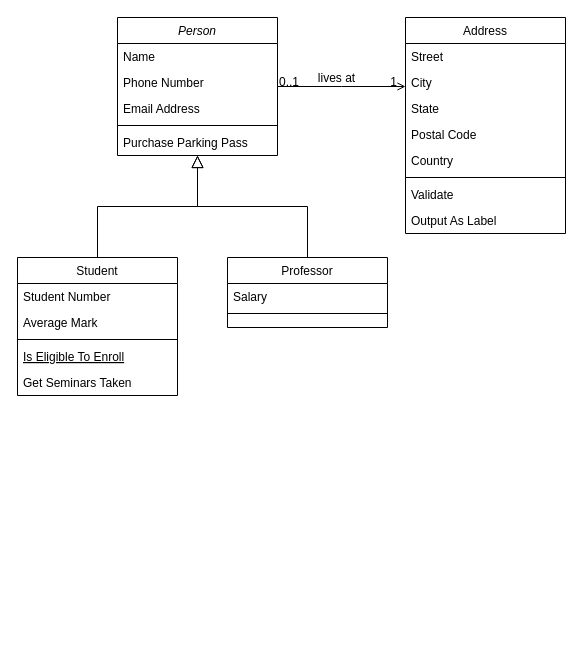
This is Diagrama sem nome.drawio from KalCastro/Game_Deep, a draw.io file, before an edit. Source tidied: cells renumbered, new cells numbered last; positions are measured from the earlier drawing's top-left corner, leaving out a move shared by most shapes. Both pictures are drawn from the tidied source at 100%, with x=0, y=0 at pixel (17, 17).
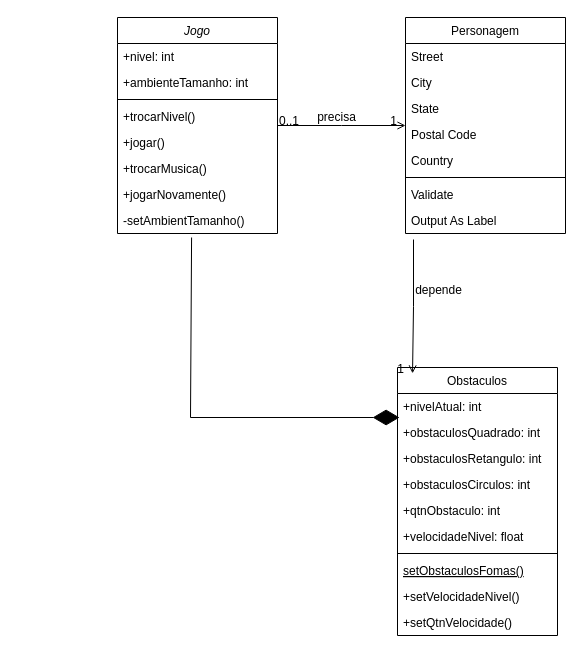
After the change.

Unchanged cells that the change refers to:
```xml
<mxCell id="27" value="Output As Label" style="text;align=left;verticalAlign=top;spacingLeft=4;spacingRight=4;overflow=hidden;points=[[0,0.5],[1,0.5]];portConstraint=eastwest;" parent="19" vertex="1">
  <mxGeometry y="190" width="160" height="26" as="geometry" />
</mxCell>
<mxCell id="28" style="endArrow=open;shadow=0;strokeWidth=1;rounded=0;endFill=1;edgeStyle=elbowEdgeStyle;elbow=vertical;" parent="1" edge="1" source="2" target="19">
  <mxGeometry x="0.5" y="41" relative="1" as="geometry">
    <mxPoint x="-40" y="32" as="offset" />
  </mxGeometry>
</mxCell>
```

The edit, as a diff of the source:
```diff
@@
-    <mxCell id="2" value="Person" style="swimlane;fontStyle=2;align=center;verticalAlign=top;horizontal=1;startSize=26;rounded=0;shadow=0;strokeWidth=1;" parent="1" vertex="1">
-      <mxGeometry x="100" width="160" height="138" as="geometry" />
+    <mxCell id="2" value="Jogo" style="swimlane;fontStyle=2;align=center;verticalAlign=top;horizontal=1;startSize=26;rounded=0;shadow=0;strokeWidth=1;" parent="1" vertex="1">
+      <mxGeometry x="100" width="160" height="216" as="geometry" />
     </mxCell>
-    <mxCell id="3" value="Name" style="text;align=left;verticalAlign=top;spacingLeft=4;spacingRight=4;overflow=hidden;" parent="2" vertex="1">
+    <mxCell id="3" value="+nivel: int" style="text;align=left;verticalAlign=top;spacingLeft=4;spacingRight=4;overflow=hidden;" parent="2" vertex="1">
       <mxGeometry y="26" width="160" height="26" as="geometry" />
     </mxCell>
-    <mxCell id="4" value="Phone Number" style="text;align=left;verticalAlign=top;spacingLeft=4;spacingRight=4;overflow=hidden;rounded=0;shadow=0;html=0;" parent="2" vertex="1">
+    <mxCell id="4" value="+ambienteTamanho: int" style="text;align=left;verticalAlign=top;spacingLeft=4;spacingRight=4;overflow=hidden;rounded=0;shadow=0;html=0;" parent="2" vertex="1">
       <mxGeometry y="52" width="160" height="26" as="geometry" />
     </mxCell>
-    <mxCell id="5" value="Email Address" style="text;align=left;verticalAlign=top;spacingLeft=4;spacingRight=4;overflow=hidden;rounded=0;shadow=0;html=0;" parent="2" vertex="1">
-      <mxGeometry y="78" width="160" height="26" as="geometry" />
-    </mxCell>
     <mxCell id="6" style="line;html=1;strokeWidth=1;align=left;verticalAlign=middle;spacingTop=-1;spacingLeft=3;spacingRight=3;labelPosition=right;" parent="2" vertex="1">
-      <mxGeometry y="104" width="160" height="8" as="geometry" />
+      <mxGeometry y="78" width="160" height="8" as="geometry" />
     </mxCell>
-    <mxCell id="7" value="Purchase Parking Pass" style="text;align=left;verticalAlign=top;spacingLeft=4;spacingRight=4;overflow=hidden;" parent="2" vertex="1">
-      <mxGeometry y="112" width="160" height="26" as="geometry" />
+    <mxCell id="7" value="+trocarNivel()" style="text;align=left;verticalAlign=top;spacingLeft=4;spacingRight=4;overflow=hidden;" parent="2" vertex="1">
+      <mxGeometry y="86" width="160" height="26" as="geometry" />
     </mxCell>
+    <mxCell id="5" value="+jogar()" style="text;align=left;verticalAlign=top;spacingLeft=4;spacingRight=4;overflow=hidden;rounded=0;shadow=0;html=0;" parent="2" vertex="1">
+      <mxGeometry y="112" width="160" height="26" as="geometry" />
+    </mxCell>
+    <mxCell id="32" value="+trocarMusica()" style="text;align=left;verticalAlign=top;spacingLeft=4;spacingRight=4;overflow=hidden;" parent="2" vertex="1">
+      <mxGeometry y="138" width="160" height="26" as="geometry" />
+    </mxCell>
+    <mxCell id="33" value="+jogarNovamente()" style="text;align=left;verticalAlign=top;spacingLeft=4;spacingRight=4;overflow=hidden;" parent="2" vertex="1">
+      <mxGeometry y="164" width="160" height="26" as="geometry" />
+    </mxCell>
+    <mxCell id="34" value="-setAmbientTamanho()" style="text;align=left;verticalAlign=top;spacingLeft=4;spacingRight=4;overflow=hidden;points=[[0,0.5],[1,0.5]];portConstraint=eastwest;" parent="2" vertex="1">
+      <mxGeometry y="190" width="160" height="26" as="geometry" />
+    </mxCell>
-    <mxCell id="8" value="Student" style="swimlane;fontStyle=0;align=center;verticalAlign=top;horizontal=1;startSize=26;rounded=0;shadow=0;strokeWidth=1;" parent="1" vertex="1">
-      <mxGeometry y="240" width="160" height="138" as="geometry" />
+    <mxCell id="8" value="Obstaculos" style="swimlane;fontStyle=0;align=center;verticalAlign=top;horizontal=1;startSize=26;rounded=0;shadow=0;strokeWidth=1;" parent="1" vertex="1">
+      <mxGeometry x="380" y="350" width="160" height="268" as="geometry" />
     </mxCell>
-    <mxCell id="9" value="Student Number" style="text;align=left;verticalAlign=top;spacingLeft=4;spacingRight=4;overflow=hidden;points=[[0,0.5],[1,0.5]];portConstraint=eastwest;" parent="8" vertex="1">
+    <mxCell id="9" value="+nivelAtual: int" style="text;align=left;verticalAlign=top;spacingLeft=4;spacingRight=4;overflow=hidden;points=[[0,0.5],[1,0.5]];portConstraint=eastwest;" parent="8" vertex="1">
       <mxGeometry y="26" width="160" height="26" as="geometry" />
     </mxCell>
+    <mxCell id="35" value="+obstaculosQuadrado: int&#10;" style="text;align=left;verticalAlign=top;spacingLeft=4;spacingRight=4;overflow=hidden;" parent="8" vertex="1">
+      <mxGeometry y="52" width="160" height="26" as="geometry" />
+    </mxCell>
+    <mxCell id="36" value="+obstaculosRetangulo: int" style="text;align=left;verticalAlign=top;spacingLeft=4;spacingRight=4;overflow=hidden;" parent="8" vertex="1">
+      <mxGeometry y="78" width="160" height="26" as="geometry" />
+    </mxCell>
+    <mxCell id="37" value="+obstaculosCirculos: int" style="text;align=left;verticalAlign=top;spacingLeft=4;spacingRight=4;overflow=hidden;" parent="8" vertex="1">
+      <mxGeometry y="104" width="160" height="26" as="geometry" />
+    </mxCell>
+    <mxCell id="38" value="+qtnObstaculo: int" style="text;align=left;verticalAlign=top;spacingLeft=4;spacingRight=4;overflow=hidden;" parent="8" vertex="1">
+      <mxGeometry y="130" width="160" height="26" as="geometry" />
+    </mxCell>
-    <mxCell id="10" value="Average Mark" style="text;align=left;verticalAlign=top;spacingLeft=4;spacingRight=4;overflow=hidden;rounded=0;shadow=0;html=0;" parent="8" vertex="1">
-      <mxGeometry y="52" width="160" height="26" as="geometry" />
+    <mxCell id="10" value="+velocidadeNivel: float" style="text;align=left;verticalAlign=top;spacingLeft=4;spacingRight=4;overflow=hidden;rounded=0;shadow=0;html=0;" parent="8" vertex="1">
+      <mxGeometry y="156" width="160" height="26" as="geometry" />
     </mxCell>
     <mxCell id="11" style="line;html=1;strokeWidth=1;align=left;verticalAlign=middle;spacingTop=-1;spacingLeft=3;spacingRight=3;labelPosition=right;" parent="8" vertex="1">
-      <mxGeometry y="78" width="160" height="8" as="geometry" />
+      <mxGeometry y="182" width="160" height="8" as="geometry" />
     </mxCell>
-    <mxCell id="12" value="Is Eligible To Enroll" style="text;align=left;verticalAlign=top;spacingLeft=4;spacingRight=4;overflow=hidden;fontStyle=4;" parent="8" vertex="1">
-      <mxGeometry y="86" width="160" height="26" as="geometry" />
+    <mxCell id="12" value="setObstaculosFomas()" style="text;align=left;verticalAlign=top;spacingLeft=4;spacingRight=4;overflow=hidden;fontStyle=4;" parent="8" vertex="1">
+      <mxGeometry y="190" width="160" height="26" as="geometry" />
     </mxCell>
-    <mxCell id="13" value="Get Seminars Taken" style="text;align=left;verticalAlign=top;spacingLeft=4;spacingRight=4;overflow=hidden;" parent="8" vertex="1">
-      <mxGeometry y="112" width="160" height="26" as="geometry" />
+    <mxCell id="13" value="+setVelocidadeNivel()" style="text;align=left;verticalAlign=top;spacingLeft=4;spacingRight=4;overflow=hidden;" parent="8" vertex="1">
+      <mxGeometry y="216" width="160" height="26" as="geometry" />
     </mxCell>
-    <mxCell id="14" style="endArrow=block;endSize=10;endFill=0;shadow=0;strokeWidth=1;rounded=0;edgeStyle=elbowEdgeStyle;elbow=vertical;" parent="1" edge="1" source="8" target="2">
-      <mxGeometry relative="1" as="geometry" />
-    </mxCell>
-    <mxCell id="15" value="Professor" style="swimlane;fontStyle=0;align=center;verticalAlign=top;horizontal=1;startSize=26;rounded=0;shadow=0;strokeWidth=1;" parent="1" vertex="1">
-      <mxGeometry x="210" y="240" width="160" height="70" as="geometry" />
-    </mxCell>
-    <mxCell id="16" value="Salary" style="text;align=left;verticalAlign=top;spacingLeft=4;spacingRight=4;overflow=hidden;" parent="15" vertex="1">
-      <mxGeometry y="26" width="160" height="26" as="geometry" />
-    </mxCell>
-    <mxCell id="17" style="line;html=1;strokeWidth=1;align=left;verticalAlign=middle;spacingTop=-1;spacingLeft=3;spacingRight=3;labelPosition=right;" parent="15" vertex="1">
-      <mxGeometry y="52" width="160" height="8" as="geometry" />
-    </mxCell>
-    <mxCell id="18" style="endArrow=block;endSize=10;endFill=0;shadow=0;strokeWidth=1;rounded=0;edgeStyle=elbowEdgeStyle;elbow=vertical;" parent="1" edge="1" source="15" target="2">
-      <mxGeometry relative="1" as="geometry" />
-    </mxCell>
+    <mxCell id="39" value="+setQtnVelocidade()" style="text;align=left;verticalAlign=top;spacingLeft=4;spacingRight=4;overflow=hidden;" parent="8" vertex="1">
+      <mxGeometry y="242" width="160" height="26" as="geometry" />
+    </mxCell>
-    <mxCell id="19" value="Address" style="swimlane;fontStyle=0;align=center;verticalAlign=top;horizontal=1;startSize=26;rounded=0;shadow=0;strokeWidth=1;" parent="1" vertex="1">
+    <mxCell id="19" value="Personagem" style="swimlane;fontStyle=0;align=center;verticalAlign=top;horizontal=1;startSize=26;rounded=0;shadow=0;strokeWidth=1;" parent="1" vertex="1">
       <mxGeometry x="388" width="160" height="216" as="geometry" />
     </mxCell>
@@
-    <mxCell id="31" value="lives at" style="text;html=1;align=center;verticalAlign=middle;labelBackgroundColor=none;rounded=0;shadow=0;strokeWidth=1;fontSize=12;" parent="28" vertex="1">
+    <mxCell id="31" value="precisa" style="text;html=1;align=center;verticalAlign=middle;labelBackgroundColor=none;rounded=0;shadow=0;strokeWidth=1;fontSize=12;" parent="28" vertex="1">
       <mxGeometry x="0.5" y="49" relative="1" as="geometry">
         <mxPoint x="-38" y="40" as="offset" />
       </mxGeometry>
     </mxCell>
+    <mxCell id="40" style="endArrow=open;shadow=0;strokeWidth=1;rounded=0;endFill=1;edgeStyle=elbowEdgeStyle;elbow=vertical;entryX=0.094;entryY=0.022;entryDx=0;entryDy=0;entryPerimeter=0;exitX=0.05;exitY=1.231;exitDx=0;exitDy=0;exitPerimeter=0;" parent="1" edge="1" source="27" target="8">
+      <mxGeometry x="0.5" y="41" relative="1" as="geometry">
+        <mxPoint x="-40" y="32" as="offset" />
+      </mxGeometry>
+    </mxCell>
+    <mxCell id="41" value="1" style="align=right;verticalAlign=bottom;labelBackgroundColor=none;fontSize=12;" parent="40" vertex="1">
+      <mxGeometry x="1" relative="1" as="geometry">
+        <mxPoint x="-7" y="4" as="offset" />
+      </mxGeometry>
+    </mxCell>
+    <mxCell id="42" value="depende" style="text;html=1;align=center;verticalAlign=middle;labelBackgroundColor=none;rounded=0;shadow=0;strokeWidth=1;fontSize=12;" parent="40" vertex="1">
+      <mxGeometry x="0.5" y="49" relative="1" as="geometry">
+        <mxPoint x="-24" y="-50" as="offset" />
+      </mxGeometry>
+    </mxCell>
+    <mxCell id="43" style="endArrow=diamondThin;endFill=1;endSize=24;html=1;rounded=0;entryX=0.013;entryY=0.923;entryDx=0;entryDy=0;entryPerimeter=0;exitX=0.463;exitY=1.154;exitDx=0;exitDy=0;exitPerimeter=0;" parent="1" edge="1" source="34" target="9">
+      <mxGeometry relative="1" as="geometry">
+        <Array as="points">
+          <mxPoint x="173" y="400" />
+        </Array>
+      </mxGeometry>
+    </mxCell>
```
